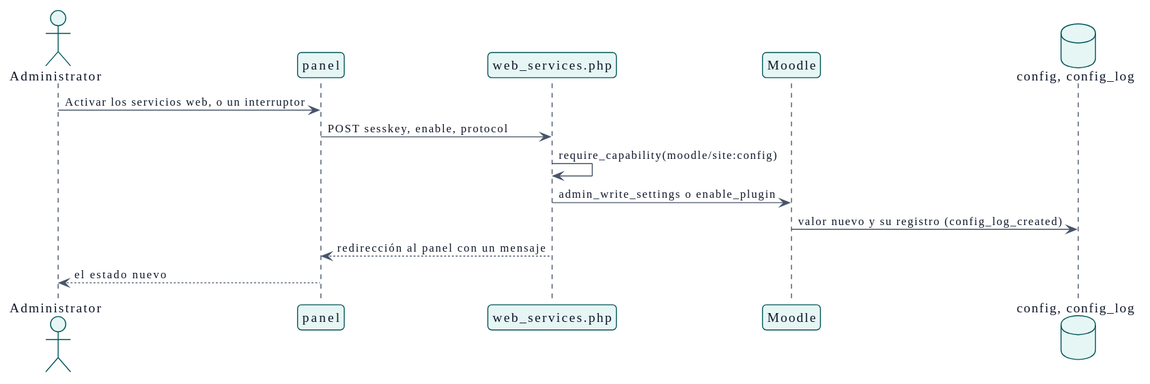
This is docs/es/technical/design/use-cases/turnWebServices/sequence.svg from didactika/moodle-local_servicemanager, a PlantUML export, as it was before one commit. Source of this version:
```plantuml
@startuml
!theme plain
skinparam backgroundColor #FFFFFF
skinparam defaultFontName IBM Plex Sans
skinparam defaultFontSize 14
skinparam defaultFontColor #0F172A
skinparam shadowing false
skinparam packageStyle rectangle
skinparam ArrowFontSize 12
skinparam ClassAttributeIconSize 0
skinparam roundCorner 8
skinparam ArrowColor #475569
skinparam ArrowFontColor #0F172A
skinparam NoteBackgroundColor #FDF3DC
skinparam NoteBorderColor #00555A
skinparam NoteFontColor #0F172A
skinparam class {
  BackgroundColor #E6F6F4
  BorderColor #00555A
  FontColor #0F172A
}
skinparam entity {
  BackgroundColor #E6F6F4
  BorderColor #00555A
  FontColor #0F172A
}
skinparam participant {
  BackgroundColor #E6F6F4
  BorderColor #00555A
  FontColor #0F172A
}
skinparam actor {
  BackgroundColor #E6F6F4
  BorderColor #00555A
  FontColor #0F172A
}
skinparam database {
  BackgroundColor #E6F6F4
  BorderColor #00555A
  FontColor #0F172A
}
skinparam component {
  BackgroundColor #E6F6F4
  BorderColor #00555A
  FontColor #0F172A
}
skinparam node {
  BackgroundColor #E6F6F4
  BorderColor #00555A
  FontColor #0F172A
}
skinparam usecase {
  BackgroundColor #E6F6F4
  BorderColor #00555A
  FontColor #0F172A
}
skinparam interface {
  BackgroundColor #E6F6F4
  BorderColor #00555A
  FontColor #0F172A
}
skinparam state {
  BackgroundColor #E6F6F4
  BorderColor #00555A
  FontColor #0F172A
  StartColor #475569
  EndColor #475569
  ArrowColor #475569
}
skinparam package {
  BackgroundColor #F1F5F9
  BorderColor #00555A
  FontColor #0F172A
}
skinparam sequence {
  LifeLineBorderColor #475569
  LifeLineBackgroundColor #E6F6F4
  ArrowColor #475569
  GroupBorderColor #00555A
  GroupBackgroundColor #F1F5F9
}
skinparam package<<level1>> {
  BackgroundColor #A7DDD5
  BorderColor #00555A
  FontColor #0F172A
}
skinparam package<<level2>> {
  BackgroundColor #C8EEE9
  BorderColor #00555A
  FontColor #0F172A
}
skinparam package<<level3>> {
  BackgroundColor #E6F6F4
  BorderColor #00555A
  FontColor #0F172A
}
skinparam package<<level4>> {
  BackgroundColor #F4FBFA
  BorderColor #00555A
  FontColor #0F172A
}
hide <<level1>> stereotype
hide <<level2>> stereotype
hide <<level3>> stereotype
hide <<level4>> stereotype
skinparam linetype polyline
skinparam responseMessageBelowArrow true

actor "Administrator" as actor
participant "panel" as dashboard
participant "web_services.php" as page
participant "Moodle" as moodle
database "config, config_log" as config

actor -> dashboard : Activar los servicios web, o un interruptor
dashboard -> page : POST sesskey, enable, protocol
page -> page : require_capability(moodle/site:config)
page -> moodle : admin_write_settings o enable_plugin
moodle -> config : valor nuevo y su registro (config_log_created)
page --> dashboard : redirección al panel con un mensaje
dashboard --> actor : el estado nuevo
@enduml
```
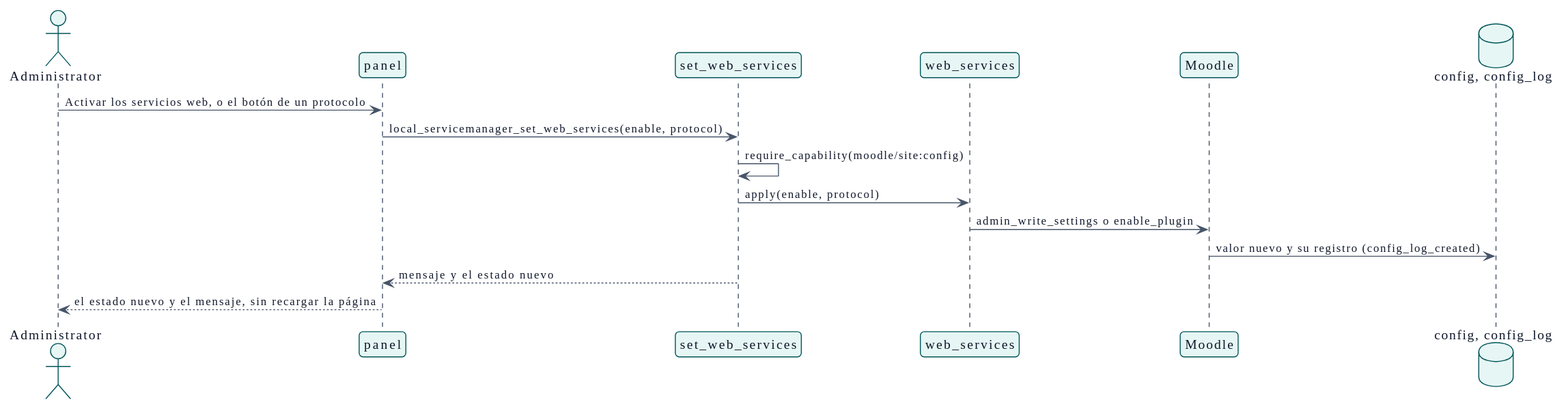
After the change.

Change to the diagram source:
```diff
@@ -108,15 +108,17 @@
 
 actor "Administrator" as actor
 participant "panel" as dashboard
-participant "web_services.php" as page
+participant "set_web_services" as service
+participant "web_services" as apply
 participant "Moodle" as moodle
 database "config, config_log" as config
 
-actor -> dashboard : Activar los servicios web, o un interruptor
-dashboard -> page : POST sesskey, enable, protocol
-page -> page : require_capability(moodle/site:config)
-page -> moodle : admin_write_settings o enable_plugin
+actor -> dashboard : Activar los servicios web, o el botón de un protocolo
+dashboard -> service : local_servicemanager_set_web_services(enable, protocol)
+service -> service : require_capability(moodle/site:config)
+service -> apply : apply(enable, protocol)
+apply -> moodle : admin_write_settings o enable_plugin
 moodle -> config : valor nuevo y su registro (config_log_created)
-page --> dashboard : redirección al panel con un mensaje
-dashboard --> actor : el estado nuevo
+service --> dashboard : mensaje y el estado nuevo
+dashboard --> actor : el estado nuevo y el mensaje, sin recargar la página
 @enduml
```
